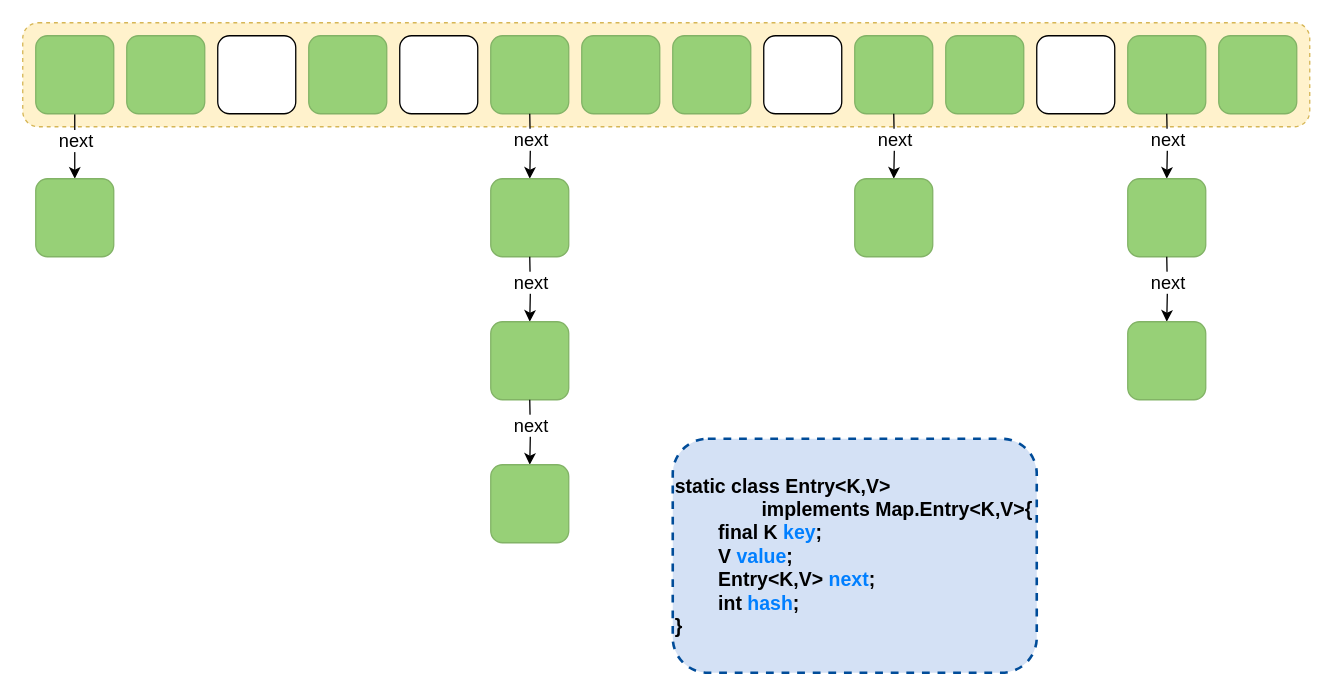
This is Java/Java基础/Java集合/Java7HashMap结构.drawio from Developer-Tang/Knowledge-Notes, a draw.io file, before an edit. Source tidied: cells renumbered, new cells numbered last; positions are measured from the earlier drawing's top-left corner, leaving out a move shared by most shapes. Both pictures are drawn from the tidied source at 130%, with x=0, y=0 at pixel (22, 22).
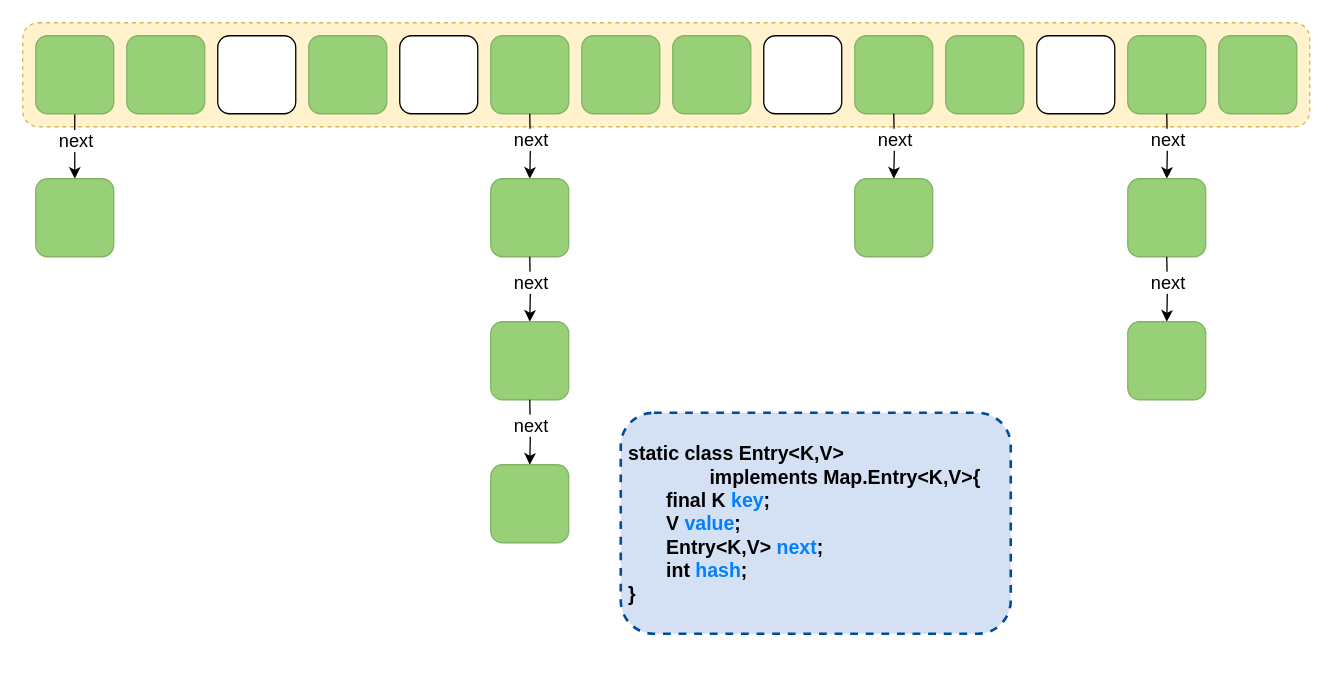
After the change.

What changed in the source:
```diff
@@
-    <mxCell id="38" value="static class Entry&amp;lt;K,V&amp;gt; &lt;br style=&quot;font-size: 15px&quot;&gt;&lt;span style=&quot;white-space: pre ; font-size: 15px&quot;&gt;&lt;span style=&quot;white-space: pre&quot;&gt;&#9;&lt;/span&gt;&#9;&lt;/span&gt;implements Map.Entry&amp;lt;K,V&amp;gt;{&lt;br&gt;&lt;span style=&quot;white-space: pre&quot;&gt;&lt;span style=&quot;white-space: pre&quot;&gt;&#9;&lt;/span&gt;&lt;/span&gt;final K &lt;font color=&quot;#007fff&quot;&gt;key&lt;/font&gt;;&lt;br&gt;&lt;span style=&quot;white-space: pre&quot;&gt;&#9;&lt;/span&gt;V &lt;font color=&quot;#007fff&quot;&gt;value&lt;/font&gt;;&lt;br&gt;&lt;span style=&quot;white-space: pre&quot;&gt;&#9;&lt;/span&gt;Entry&amp;lt;K,V&amp;gt; &lt;font color=&quot;#007fff&quot;&gt;next&lt;/font&gt;;&lt;br&gt;&lt;span style=&quot;white-space: pre&quot;&gt;&#9;&lt;/span&gt;int &lt;font color=&quot;#007fff&quot;&gt;hash&lt;/font&gt;;&lt;br style=&quot;font-size: 15px&quot;&gt;}" style="rounded=1;whiteSpace=wrap;html=1;fontSize=15;fillColor=#D4E1F5;strokeColor=#004C99;dashed=1;align=left;fontStyle=1;strokeWidth=2;" parent="1" vertex="1">
-      <mxGeometry x="500" y="320" width="280" height="180" as="geometry" />
+    <mxCell id="38" value="&amp;nbsp;static class Entry&amp;lt;K,V&amp;gt; &lt;br style=&quot;font-size: 15px&quot;&gt;&lt;span style=&quot;white-space: pre&quot;&gt;&amp;nbsp;&lt;span style=&quot;white-space: pre&quot;&gt;&#9;&lt;/span&gt;&lt;span style=&quot;white-space: pre&quot;&gt;&#9;&lt;/span&gt;&lt;/span&gt;implements Map.Entry&amp;lt;K,V&amp;gt;{&lt;br&gt;&lt;span&gt;&lt;span style=&quot;white-space: pre&quot;&gt;&#9;&lt;/span&gt;final K &lt;/span&gt;&lt;font color=&quot;#007fff&quot;&gt;key&lt;/font&gt;&lt;span&gt;;&lt;/span&gt;&lt;span style=&quot;white-space: pre&quot;&gt;&lt;br&gt;&lt;/span&gt;&lt;span style=&quot;white-space: pre&quot;&gt;&#9;&lt;/span&gt;V &lt;font color=&quot;#007fff&quot;&gt;value&lt;/font&gt;;&lt;br&gt;&lt;span style=&quot;white-space: pre&quot;&gt;&#9;&lt;/span&gt;Entry&amp;lt;K,V&amp;gt; &lt;font color=&quot;#007fff&quot;&gt;next&lt;/font&gt;;&lt;br&gt;&lt;span style=&quot;white-space: pre&quot;&gt;&#9;&lt;/span&gt;int &lt;font color=&quot;#007fff&quot;&gt;hash&lt;/font&gt;;&lt;br style=&quot;font-size: 15px&quot;&gt;&amp;nbsp;}" style="rounded=1;whiteSpace=wrap;html=1;fontSize=15;fillColor=#D4E1F5;strokeColor=#004C99;dashed=1;align=left;fontStyle=1;strokeWidth=2;" parent="1" vertex="1">
+      <mxGeometry x="460" y="300" width="300" height="170" as="geometry" />
     </mxCell>
```
